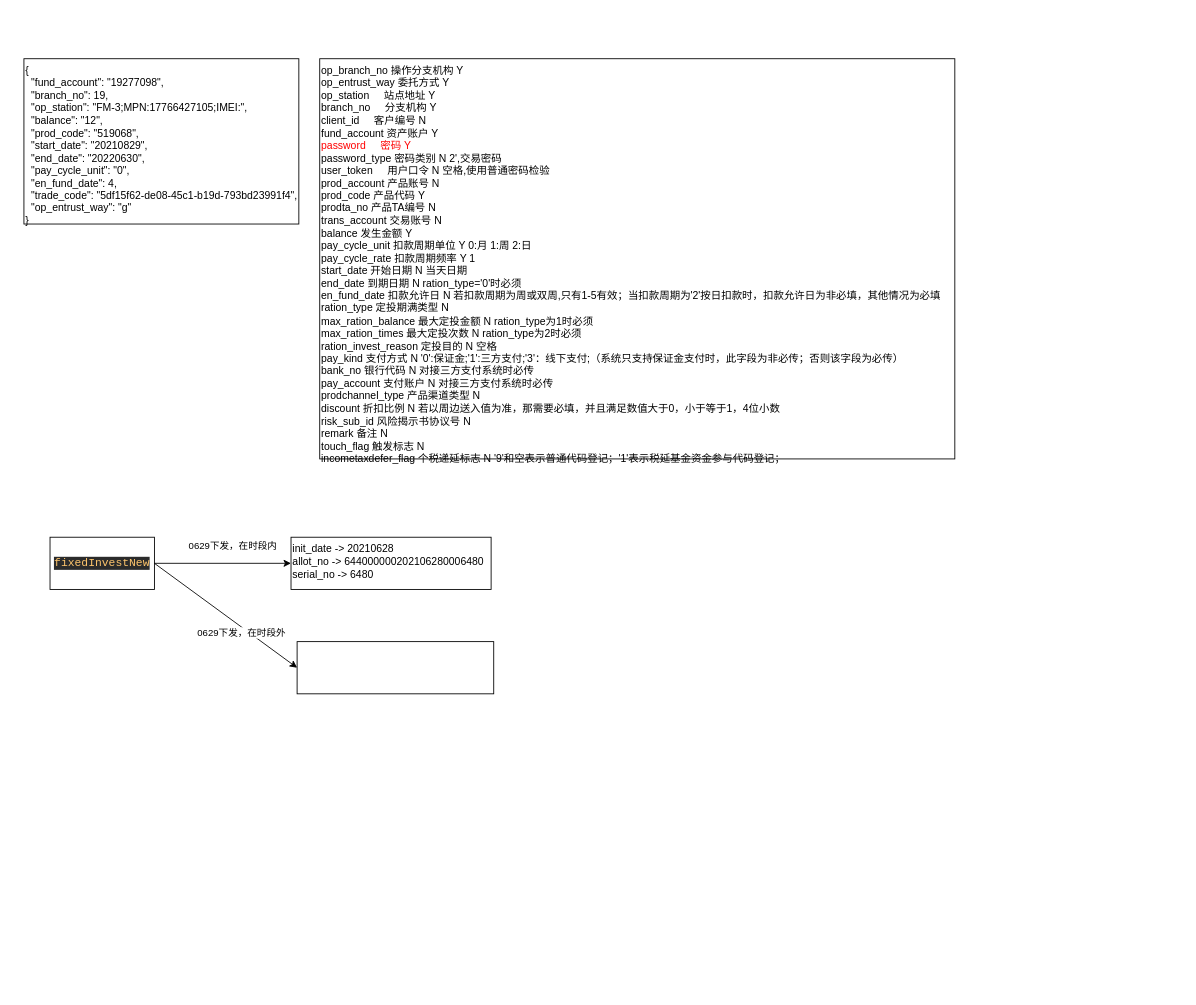
Earlier version of the draw.io diagram 定投情况.drawio (leehomda/firsttest). Source tidied: cells renumbered, new cells numbered last; positions are measured from the earlier drawing's top-left corner, leaving out a move shared by most shapes. Both pictures are drawn from the tidied source at 87%, with x=0, y=0 at pixel (23, 58).
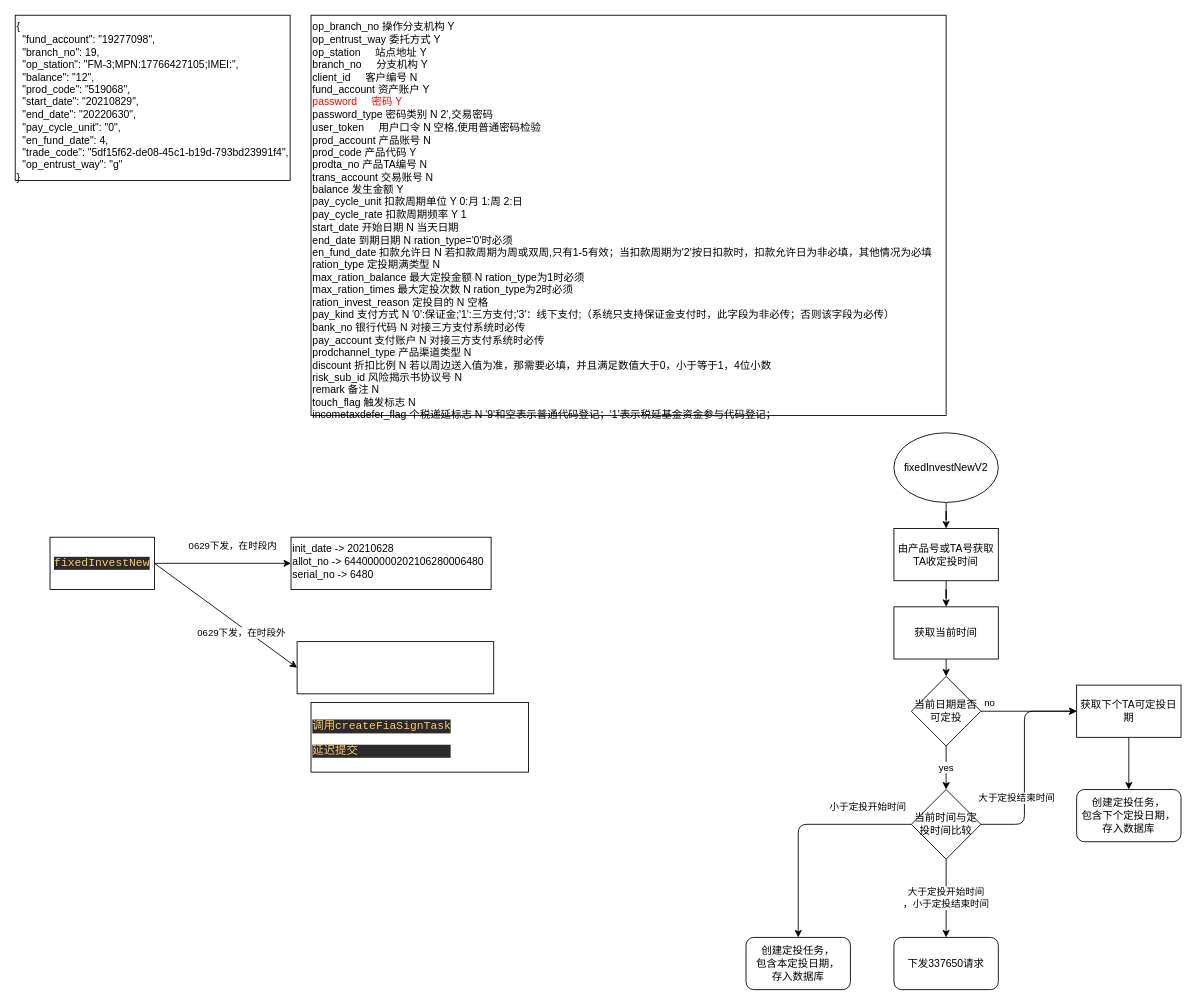
Above is the later version.

Change to the diagram source:
```diff
@@
-    <mxCell id="5" style="rounded=0;whiteSpace=wrap;html=1;align=left;verticalAlign=top;" parent="1" vertex="1">
+    <mxCell id="5" value="&lt;pre style=&quot;background-color: #2b2b2b ; color: #a9b7c6 ; font-family: &amp;#34;jetbrains mono&amp;#34; , monospace ; font-size: 9.8pt&quot;&gt;&lt;br&gt;&lt;/pre&gt;" style="rounded=0;whiteSpace=wrap;html=1;align=left;verticalAlign=top;" parent="1" vertex="1">
       <mxGeometry x="314" y="670" width="226" height="60" as="geometry" />
     </mxCell>
@@
     <mxCell id="8" value="&lt;div&gt;{&lt;/div&gt;&lt;div&gt;&amp;nbsp; &quot;fund_account&quot;: &quot;19277098&quot;,&lt;/div&gt;&lt;div&gt;&amp;nbsp; &quot;branch_no&quot;: 19,&lt;/div&gt;&lt;div&gt;&amp;nbsp; &quot;op_station&quot;: &quot;FM-3;MPN:17766427105;IMEI:&quot;,&lt;/div&gt;&lt;div&gt;&amp;nbsp; &quot;balance&quot;: &quot;12&quot;,&lt;/div&gt;&lt;div&gt;&amp;nbsp; &quot;prod_code&quot;: &quot;519068&quot;,&lt;/div&gt;&lt;div&gt;&amp;nbsp; &quot;start_date&quot;: &quot;20210829&quot;,&lt;/div&gt;&lt;div&gt;&amp;nbsp; &quot;end_date&quot;: &quot;20220630&quot;,&lt;/div&gt;&lt;div&gt;&amp;nbsp; &quot;pay_cycle_unit&quot;: &quot;0&quot;,&lt;/div&gt;&lt;div&gt;&amp;nbsp; &quot;en_fund_date&quot;: 4,&lt;/div&gt;&lt;div&gt;&amp;nbsp; &quot;trade_code&quot;: &quot;5df15f62-de08-45c1-b19d-793bd23991f4&quot;,&lt;/div&gt;&lt;div&gt;&amp;nbsp; &quot;op_entrust_way&quot;: &quot;g&quot;&lt;/div&gt;&lt;div&gt;}&lt;/div&gt;" style="rounded=0;whiteSpace=wrap;html=1;align=left;verticalAlign=top;" parent="1" vertex="1">
-      <mxGeometry width="316" height="190" as="geometry" />
+      <mxGeometry x="-10" y="-50" width="316" height="190" as="geometry" />
     </mxCell>
     <mxCell id="9" value="op_branch_no   操作分支机构  Y &lt;br&gt;op_entrust_way   委托方式   Y &lt;br&gt;op_station &amp;nbsp; &amp;nbsp;   站点地址   Y &lt;br&gt;branch_no &amp;nbsp; &amp;nbsp;   分支机构   Y &lt;br&gt;client_id &amp;nbsp; &amp;nbsp;   客户编号   N &lt;br&gt;fund_account   资产账户   Y &lt;br&gt;&lt;font color=&quot;#ff0000&quot;&gt;password &amp;nbsp; &amp;nbsp;   密码    Y &lt;/font&gt;&lt;br&gt;password_type   密码类别   N 2',交易密码&lt;br&gt;user_token &amp;nbsp; &amp;nbsp;   用户口令   N 空格,使用普通密码检验&lt;br&gt;prod_account   产品账号   N &lt;br&gt;prod_code    产品代码   Y &lt;br&gt;prodta_no    产品TA编号   N &lt;br&gt;trans_account   交易账号   N &lt;br&gt;balance     发生金额   Y &lt;br&gt;pay_cycle_unit   扣款周期单位  Y 0:月 1:周 2:日&lt;br&gt;pay_cycle_rate   扣款周期频率  Y 1&lt;br&gt;start_date    开始日期   N 当天日期&lt;br&gt;end_date    到期日期   N ration_type='0'时必须&lt;br&gt;en_fund_date   扣款允许日   N 若扣款周期为周或双周,只有1-5有效；当扣款周期为'2'按日扣款时，扣款允许日为非必填，其他情况为必填&lt;br&gt;ration_type    定投期满类型  N &lt;br&gt;max_ration_balance  最大定投金额  N ration_type为1时必须&lt;br&gt;max_ration_times  最大定投次数  N ration_type为2时必须&lt;br&gt;ration_invest_reason 定投目的   N 空格&lt;br&gt;pay_kind    支付方式   N '0':保证金;'1':三方支付;'3'：线下支付;（系统只支持保证金支付时，此字段为非必传；否则该字段为必传）&lt;br&gt;bank_no     银行代码   N 对接三方支付系统时必传&lt;br&gt;pay_account    支付账户   N 对接三方支付系统时必传&lt;br&gt;prodchannel_type  产品渠道类型  N &lt;br&gt;discount    折扣比例   N 若以周边送入值为准，那需要必填，并且满足数值大于0，小于等于1，4位小数&lt;br&gt;risk_sub_id    风险揭示书协议号 N &lt;br&gt;remark     备注    N &lt;br&gt;touch_flag    触发标志   N &lt;br&gt;incometaxdefer_flag  个税递延标志  N  '9'和空表示普通代码登记；'1'表示税延基金资金参与代码登记；" style="rounded=0;whiteSpace=wrap;html=1;align=left;verticalAlign=top;" parent="1" vertex="1">
-      <mxGeometry x="340" width="730" height="460" as="geometry" />
+      <mxGeometry x="330" y="-50" width="730" height="460" as="geometry" />
     </mxCell>
+    <mxCell id="10" value="&lt;pre style=&quot;background-color: rgb(43 , 43 , 43) ; color: rgb(169 , 183 , 198) ; font-family: &amp;#34;jetbrains mono&amp;#34; , monospace ; font-size: 9.8pt&quot;&gt;&lt;span style=&quot;color: rgb(255 , 198 , 109)&quot;&gt;调用createFiaSignTask&lt;/span&gt;&lt;/pre&gt;&lt;pre style=&quot;background-color: rgb(43 , 43 , 43) ; color: rgb(169 , 183 , 198) ; font-family: &amp;#34;jetbrains mono&amp;#34; , monospace ; font-size: 9.8pt&quot;&gt;&lt;span style=&quot;color: rgb(255 , 198 , 109)&quot;&gt;延迟提交&lt;/span&gt;&lt;/pre&gt;" style="rounded=0;whiteSpace=wrap;html=1;align=left;verticalAlign=top;" parent="1" vertex="1">
+      <mxGeometry x="330" y="740" width="250" height="80" as="geometry" />
+    </mxCell>
+    <mxCell id="11" style="edgeStyle=orthogonalEdgeStyle;rounded=0;jettySize=auto;html=1;" parent="1" edge="1" source="12" target="14">
+      <mxGeometry relative="1" as="geometry" />
+    </mxCell>
+    <mxCell id="12" value="&#10;&#10;&lt;span style=&quot;color: rgb(0, 0, 0); font-family: helvetica; font-size: 12px; font-style: normal; font-weight: 400; letter-spacing: normal; text-align: center; text-indent: 0px; text-transform: none; word-spacing: 0px; background-color: rgb(248, 249, 250); display: inline; float: none;&quot;&gt;fixedInvestNewV2&lt;/span&gt;&#10;&#10;" style="ellipse;whiteSpace=wrap;html=1;align=center;verticalAlign=middle;" parent="1" vertex="1">
+      <mxGeometry x="1000" y="430" width="120" height="80" as="geometry" />
+    </mxCell>
+    <mxCell id="13" style="edgeStyle=orthogonalEdgeStyle;rounded=0;jettySize=auto;html=1;entryX=0.5;entryY=0;entryDx=0;entryDy=0;" parent="1" edge="1" source="14" target="28">
+      <mxGeometry relative="1" as="geometry" />
+    </mxCell>
+    <mxCell id="14" value="由产品号或TA号获取TA收定投时间" style="rounded=0;whiteSpace=wrap;html=1;align=center;verticalAlign=middle;" parent="1" vertex="1">
+      <mxGeometry x="1000" y="540" width="120" height="60" as="geometry" />
+    </mxCell>
+    <mxCell id="15" value="大于定投开始时间&lt;br&gt;，小于定投结束时间" style="edgeStyle=orthogonalEdgeStyle;rounded=0;jettySize=auto;html=1;" parent="1" edge="1" source="16">
+      <mxGeometry relative="1" as="geometry">
+        <mxPoint x="1060" y="1010" as="targetPoint" />
+      </mxGeometry>
+    </mxCell>
+    <mxCell id="16" value="当前时间与定投时间比较" style="rhombus;whiteSpace=wrap;html=1;align=center;verticalAlign=middle;" parent="1" vertex="1">
+      <mxGeometry x="1020" y="840" width="80" height="80" as="geometry" />
+    </mxCell>
+    <mxCell id="17" value="no" style="edgeStyle=orthogonalEdgeStyle;rounded=0;jettySize=auto;html=1;" parent="1" edge="1" source="19" target="21">
+      <mxGeometry x="-0.82" y="10" relative="1" as="geometry" />
+    </mxCell>
+    <mxCell id="18" value="yes" style="edgeStyle=orthogonalEdgeStyle;rounded=0;jettySize=auto;html=1;" parent="1" edge="1" source="19" target="16">
+      <mxGeometry relative="1" as="geometry" />
+    </mxCell>
+    <mxCell id="19" value="当前日期是否可定投" style="rhombus;whiteSpace=wrap;html=1;align=center;verticalAlign=middle;" parent="1" vertex="1">
+      <mxGeometry x="1020" y="710" width="80" height="80" as="geometry" />
+    </mxCell>
+    <mxCell id="20" style="edgeStyle=orthogonalEdgeStyle;rounded=0;jettySize=auto;html=1;" parent="1" edge="1" source="21" target="22">
+      <mxGeometry relative="1" as="geometry" />
+    </mxCell>
+    <mxCell id="21" value="获取下个TA可定投日期" style="rounded=0;whiteSpace=wrap;html=1;align=center;verticalAlign=middle;" parent="1" vertex="1">
+      <mxGeometry x="1210" y="720" width="120" height="60" as="geometry" />
+    </mxCell>
+    <mxCell id="22" value="&lt;span&gt;创建定投任务，&lt;/span&gt;&lt;br&gt;&lt;span&gt;包含下个定投日期，存入数据库&lt;/span&gt;" style="rounded=1;whiteSpace=wrap;html=1;align=center;verticalAlign=middle;" parent="1" vertex="1">
+      <mxGeometry x="1210" y="840" width="120" height="60" as="geometry" />
+    </mxCell>
+    <mxCell id="23" style="endArrow=classic;html=1;exitX=1;exitY=0.5;exitDx=0;exitDy=0;entryX=0;entryY=0.5;entryDx=0;entryDy=0;" parent="1" edge="1" source="16" target="21">
+      <mxGeometry relative="1" as="geometry">
+        <Array as="points">
+          <mxPoint x="1150" y="880" />
+          <mxPoint x="1150" y="750" />
+        </Array>
+      </mxGeometry>
+    </mxCell>
+    <mxCell id="24" value="大于定投结束时间" style="edgeLabel;html=1;align=center;verticalAlign=middle;" parent="23" vertex="1">
+      <mxGeometry x="0.13" y="2" relative="1" as="geometry">
+        <mxPoint x="-8" y="55" as="offset" />
+      </mxGeometry>
+    </mxCell>
+    <mxCell id="25" value="小于定投开始时间" style="endArrow=classic;html=1;exitX=0;exitY=0.5;exitDx=0;exitDy=0;entryX=0.5;entryY=0;entryDx=0;entryDy=0;" parent="1" edge="1" source="16">
+      <mxGeometry x="-0.62" y="-20" relative="1" as="geometry">
+        <mxPoint x="890" y="1010" as="targetPoint" />
+        <Array as="points">
+          <mxPoint x="890" y="880" />
+        </Array>
+        <mxPoint x="-1" as="offset" />
+      </mxGeometry>
+    </mxCell>
+    <mxCell id="26" value="&lt;span&gt;下发337650请求&lt;/span&gt;" style="rounded=1;whiteSpace=wrap;html=1;align=center;verticalAlign=middle;" parent="1" vertex="1">
+      <mxGeometry x="1000" y="1010" width="120" height="60" as="geometry" />
+    </mxCell>
+    <mxCell id="27" value="创建定投任务，&lt;br&gt;包含本定投日期，&lt;br&gt;存入数据库" style="rounded=1;whiteSpace=wrap;html=1;align=center;verticalAlign=middle;" parent="1" vertex="1">
+      <mxGeometry x="830" y="1010" width="120" height="60" as="geometry" />
+    </mxCell>
+    <mxCell id="28" value="获取当前时间" style="rounded=0;whiteSpace=wrap;html=1;align=center;verticalAlign=middle;" parent="1" vertex="1">
+      <mxGeometry x="1000" y="630" width="120" height="60" as="geometry" />
+    </mxCell>
+    <mxCell id="29" style="endArrow=classic;html=1;exitX=0.5;exitY=1;exitDx=0;exitDy=0;" parent="1" edge="1" source="28" target="19">
+      <mxGeometry relative="1" as="geometry" />
+    </mxCell>
```
